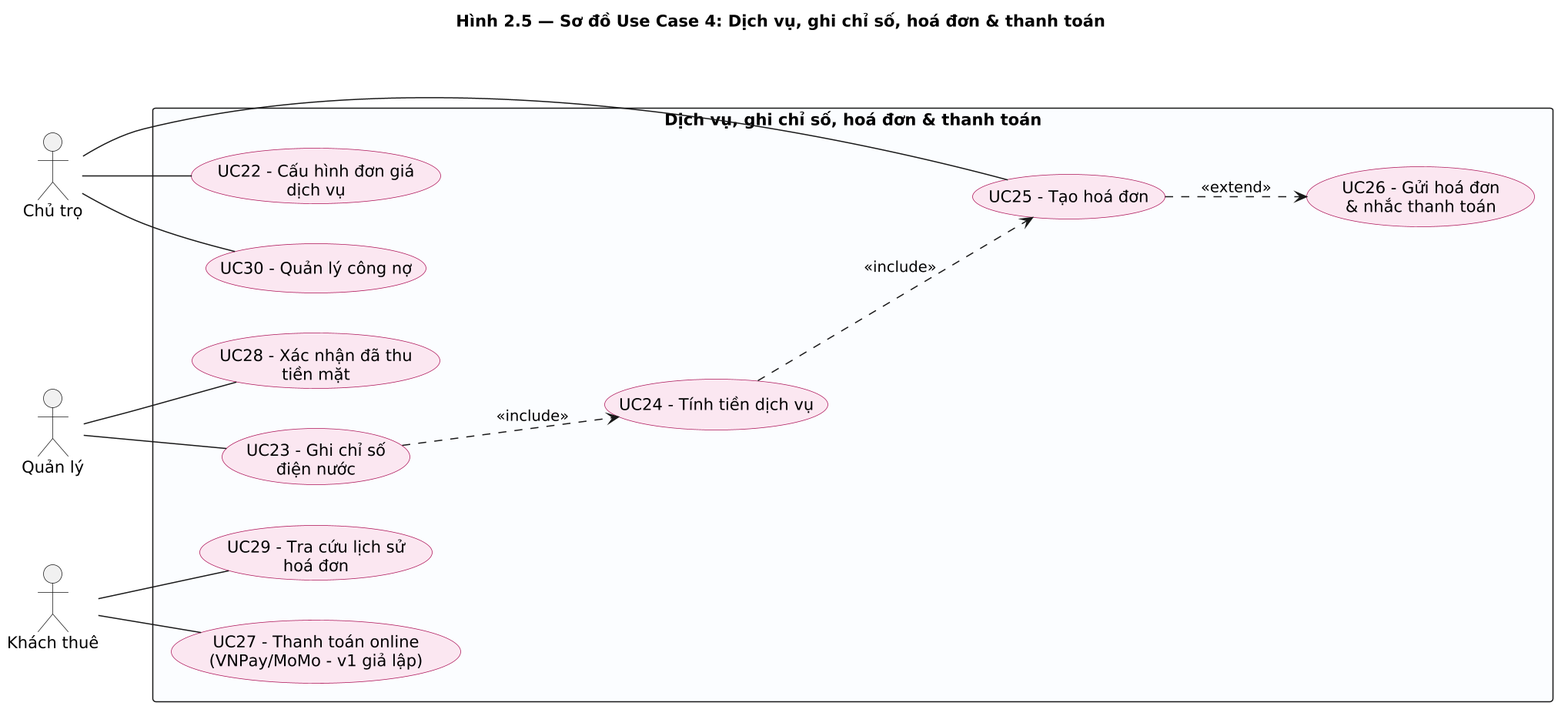
DiepTuHuy/Hostel_Management keeps this PlantUML diagram as docs/diagrams/png/2.05_uc_billing.png. Above is the earlier version.
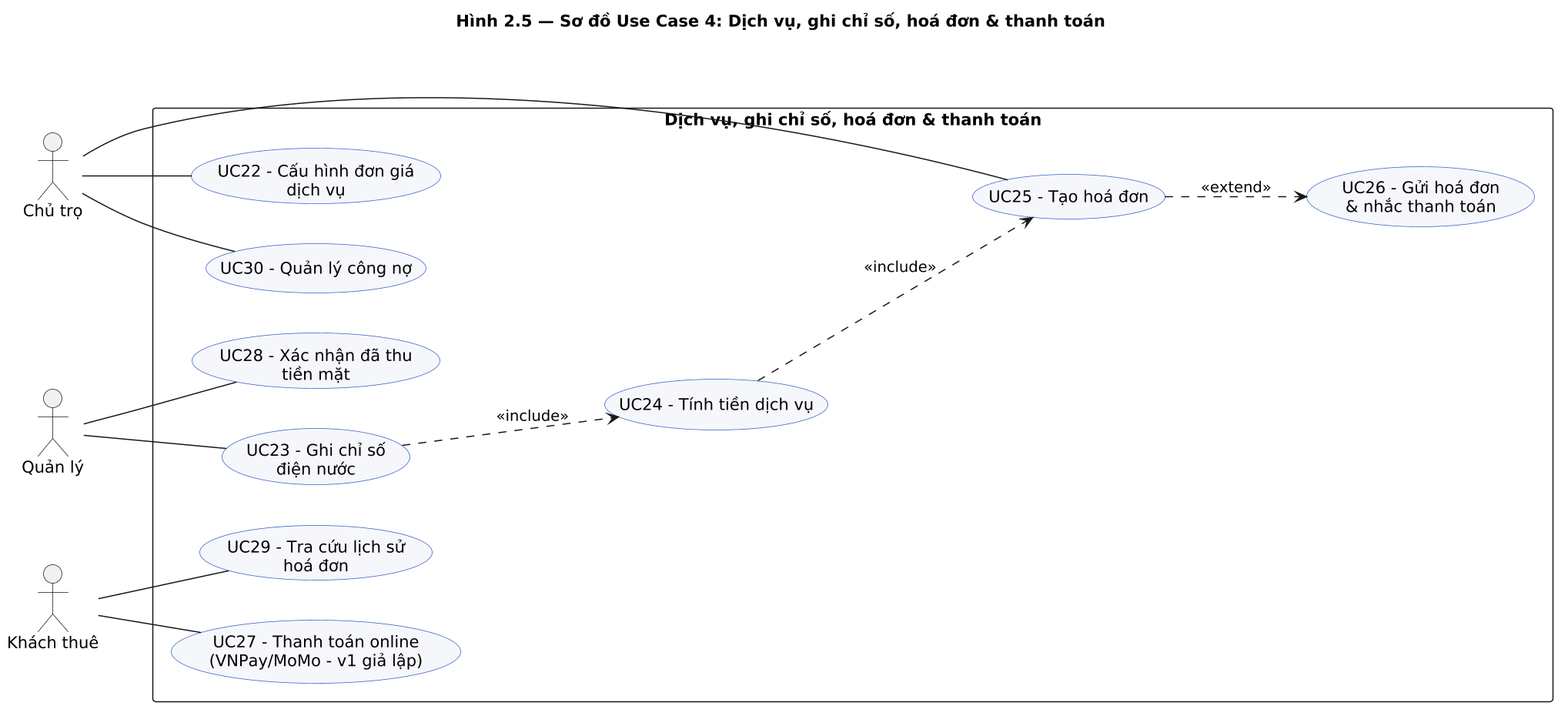
The same file after the commit.

Diff of the diagram source:
```diff
@@ -6,15 +6,15 @@
 skinparam packageStyle rectangle
 skinparam shadowing false
 skinparam usecase {
-  BackgroundColor #FBE6F1
-  BorderColor #AD1457
+  BackgroundColor #F5F7FB
+  BorderColor #3A5BC7
 }
 
 actor "Chủ trọ"     as Owner
 actor "Quản lý"     as Manager
 actor "Khách thuê"  as Tenant
 
-rectangle "Dịch vụ, ghi chỉ số, hoá đơn & thanh toán" #FAFCFF {
+rectangle "Dịch vụ, ghi chỉ số, hoá đơn & thanh toán" {
   usecase "UC22 - Cấu hình đơn giá\ndịch vụ"             as B1
 
   usecase "UC23 - Ghi chỉ số\nđiện nước"                 as B2
```
